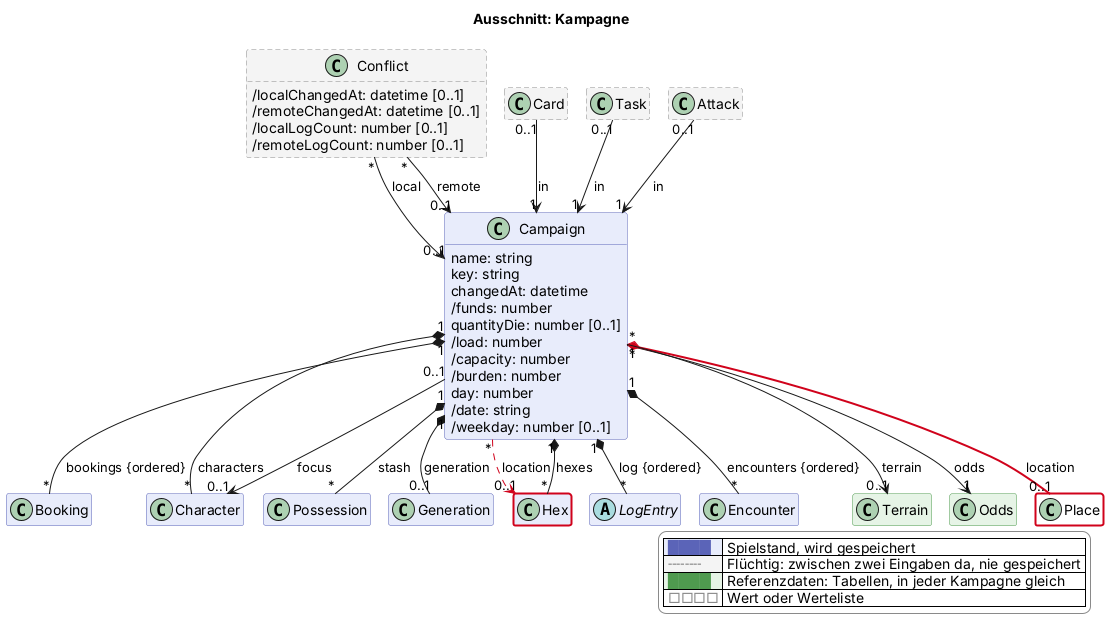
scuzzar/SRE keeps this PlantUML diagram as docs/views/kampagne.png. Above is the earlier version. The source it was exported from:
```plantuml
@startuml
!if %not(%variable_exists("$change"))
!$change = "*"
!endif
!function $marked($c)
!return $change == "*" || $change == $c
!endfunction
!function $new($c, $t)
!if $marked($c)
!return "<color:#d0021b><b>" + $t + "</b></color>"
!endif
!return $t
!endfunction
!procedure $gone($c, $t)
!if $marked($c)
<color:#d0021b><s>$t</s></color>
!endif
!endprocedure
!function $newClass($c)
!if $marked($c)
!return "#line:d0021b;line.bold"
!endif
!return ""
!endfunction
!function $newArrow($c)
!if $marked($c)
!return "[#d0021b,bold]"
!endif
!return ""
!endfunction
!function $goneArrow($c)
!if $marked($c)
!return "[#d0021b,dashed]"
!endif
!return ""
!endfunction
!pragma layout smetana
title Ausschnitt: Kampagne
hide empty members
hide methods
skinparam classAttributeIconSize 0
skinparam shadowing false
skinparam packageStyle rectangle
skinparam class {
  BackgroundColor #e8ecfb
  BorderColor #5b64b8
  BackgroundColor<<transient>> #f4f4f4
  BorderColor<<transient>> #8a8a8a
  BackgroundColor<<reference>> #e6f4e6
  BorderColor<<reference>> #4f9a4f
  BackgroundColor<<value>> #ffffff
  BorderColor<<value>> #8a8a8a
}
skinparam legendBackgroundColor #ffffff
skinparam legendBorderColor #8a8a8a
<style>
classDiagram {
  class {
    .transient {
      LineStyle 5-3
    }
  }
}
</style>
hide <<transient>> stereotype
hide <<reference>> stereotype
hide <<value>> stereotype

  class Campaign $kampagne {
    name: string
    key: string
    changedAt: datetime
    /funds: number
    quantityDie: number [0..1]
    /load: number
    /capacity: number
    /burden: number
    day: number
    /date: string
    /weekday: number [0..1]
  }
  class Booking $shop
  class Character $charakter
  class Possession $shop

  class Generation $erschaffung

  class Hex $sektor

  abstract class LogEntry $probe


  class Conflict <<transient>> $kampagne {
    /localChangedAt: datetime [0..1]
    /remoteChangedAt: datetime [0..1]
    /localLogCount: number [0..1]
    /remoteLogCount: number [0..1]
  }
  class Card <<transient>> $karte
  class Task <<transient>> $probe
  class Attack <<transient>> $kampf
  class Encounter $begegnung
  class Terrain <<reference>> $begegnung

  class Odds <<reference>> $karte
  class Place <<value>> $oberflaeche $newClass("2026-11-14h")

Campaign "1" *-- "*" Character : characters
Campaign "*" --> "1" Odds : odds
Campaign "0..1" --> "0..1" Character : focus
Campaign "1" *-- "*" LogEntry : log {ordered}
Campaign "*" -$goneArrow("2026-11-14h")-> "0..1" Hex : location
Campaign "1" *-$newArrow("2026-11-14h")- "0..1" Place : location
Campaign "1" *-- "*" Booking : bookings {ordered}
Conflict "*" --> "0..1" Campaign : local
Conflict "*" --> "0..1" Campaign : remote


Campaign "1" *-- "0..1" Generation : generation


Campaign "1" *-- "*" Hex : hexes

Campaign "1" *-- "*" Possession : stash



Task "0..1" --> "1" Campaign : in

Attack "0..1" --> "1" Campaign : in

Campaign "1" *-- "*" Encounter : encounters {ordered}
Campaign "*" --> "0..1" Terrain : terrain

Card "0..1" --> "1" Campaign : in


legend right
  |<#e8ecfb> <color:#5b64b8>████</color> | Spielstand, wird gespeichert |
  |<#f4f4f4> <color:#8a8a8a>╌╌╌╌</color> | Flüchtig: zwischen zwei Eingaben da, nie gespeichert |
  |<#e6f4e6> <color:#4f9a4f>████</color> | Referenzdaten: Tabellen, in jeder Kampagne gleich |
  |<#ffffff> <color:#8a8a8a>□□□□</color> | Wert oder Werteliste |
endlegend
class Hex #line:d0021b;line.bold
@enduml
```
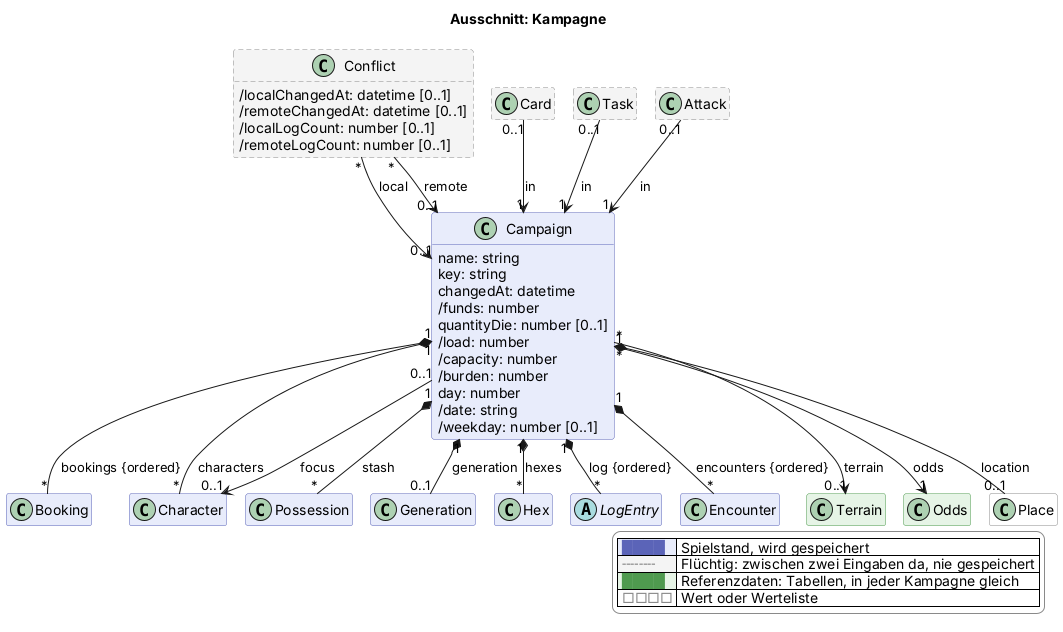
After the change.

Change to the diagram source:
```diff
@@ -103,14 +103,13 @@
   class Terrain <<reference>> $begegnung
 
   class Odds <<reference>> $karte
-  class Place <<value>> $oberflaeche $newClass("2026-11-14h")
+  class Place <<value>> $oberflaeche
 
 Campaign "1" *-- "*" Character : characters
 Campaign "*" --> "1" Odds : odds
 Campaign "0..1" --> "0..1" Character : focus
 Campaign "1" *-- "*" LogEntry : log {ordered}
-Campaign "*" -$goneArrow("2026-11-14h")-> "0..1" Hex : location
-Campaign "1" *-$newArrow("2026-11-14h")- "0..1" Place : location
+Campaign "1" *-- "0..1" Place : location
 Campaign "1" *-- "*" Booking : bookings {ordered}
 Conflict "*" --> "0..1" Campaign : local
 Conflict "*" --> "0..1" Campaign : remote
@@ -141,5 +140,4 @@
   |<#e6f4e6> <color:#4f9a4f>████</color> | Referenzdaten: Tabellen, in jeder Kampagne gleich |
   |<#ffffff> <color:#8a8a8a>□□□□</color> | Wert oder Werteliste |
 endlegend
-class Hex #line:d0021b;line.bold
 @enduml
```
